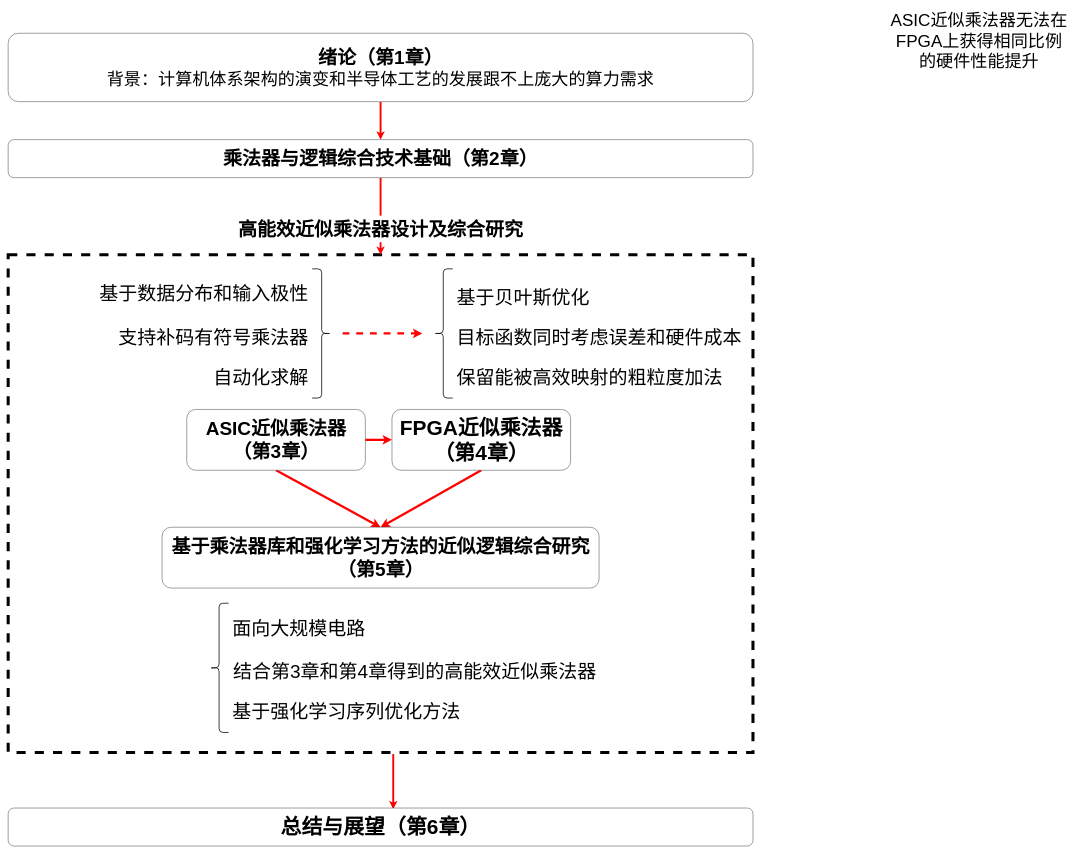
The draw.io diagram page "高能效近似乘法器设计及综合研究" (11 of 11) of figs/figs.drawio in phyzhenli/phc-thesis, before the edit. Source tidied: cells renumbered, new cells numbered last; positions are measured from the earlier drawing's top-left corner, leaving out a move shared by most shapes. Both pictures are drawn from the tidied source at 38%, with x=0, y=0 at pixel (8, 6).
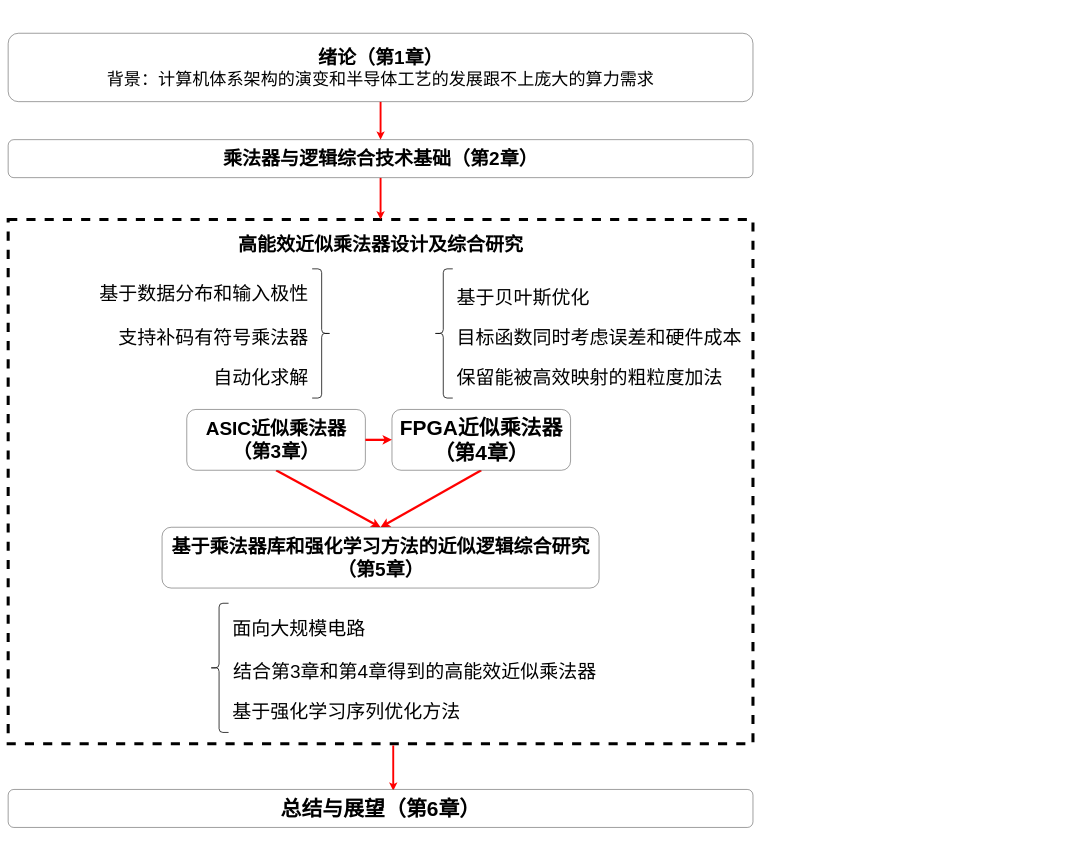
After the change.

Commit message (it also covers changes not shown here):
修改图1-3，缩小图2-9、图2-10，调整图2-28位置 according to WeichengLu 预审

The edit, as a diff of the source:
```diff
@@
     <mxCell id="2" style="rounded=0;whiteSpace=wrap;html=1;fillColor=none;dashed=1;strokeWidth=8;" parent="1" vertex="1">
-      <mxGeometry y="653" width="1960" height="1310" as="geometry" />
+      <mxGeometry y="560" width="1960" height="1380" as="geometry" />
     </mxCell>
@@
-    <mxCell id="8" value="&lt;font style=&quot;&quot;&gt;&lt;font style=&quot;font-size: 45px;&quot;&gt;ASIC近似乘法器无法在&lt;br&gt;FPGA上获得相同比例&lt;br&gt;的硬件性能提升&lt;/font&gt;&lt;br&gt;&lt;/font&gt;" style="text;html=1;align=center;verticalAlign=middle;whiteSpace=wrap;rounded=0;" parent="1" vertex="1">
-      <mxGeometry x="2310" width="490" height="180" as="geometry" />
-    </mxCell>
     <mxCell id="9" value="&lt;font style=&quot;&quot;&gt;&lt;font size=&quot;1&quot; style=&quot;&quot;&gt;&lt;b style=&quot;font-size: 50px;&quot;&gt;高能效近似乘法器设计及综合研究&lt;/b&gt;&lt;/font&gt;&lt;br&gt;&lt;/font&gt;" style="text;html=1;align=center;verticalAlign=middle;whiteSpace=wrap;rounded=0;fillColor=default;fillStyle=auto;gradientColor=none;labelBackgroundColor=none;" parent="1" vertex="1">
-      <mxGeometry x="595" y="550" width="770" height="70" as="geometry" />
+      <mxGeometry x="595" y="590" width="770" height="70" as="geometry" />
     </mxCell>
@@
     <mxCell id="27" value="&lt;span style=&quot;font-size: 55px;&quot;&gt;&lt;b&gt;总结与展望（第6章）&lt;/b&gt;&lt;/span&gt;" style="rounded=1;whiteSpace=wrap;html=1;" parent="1" vertex="1">
-      <mxGeometry y="2108.9" width="1960" height="100" as="geometry" />
+      <mxGeometry y="2060" width="1960" height="100" as="geometry" />
     </mxCell>
-    <mxCell id="28" style="edgeStyle=orthogonalEdgeStyle;rounded=0;orthogonalLoop=1;jettySize=auto;html=1;strokeColor=#FF0000;strokeWidth=6;dashed=1;" parent="1" edge="1">
-      <mxGeometry relative="1" as="geometry">
-        <mxPoint x="880" y="860" as="sourcePoint" />
-        <mxPoint x="1090" y="860" as="targetPoint" />
-      </mxGeometry>
-    </mxCell>
```
